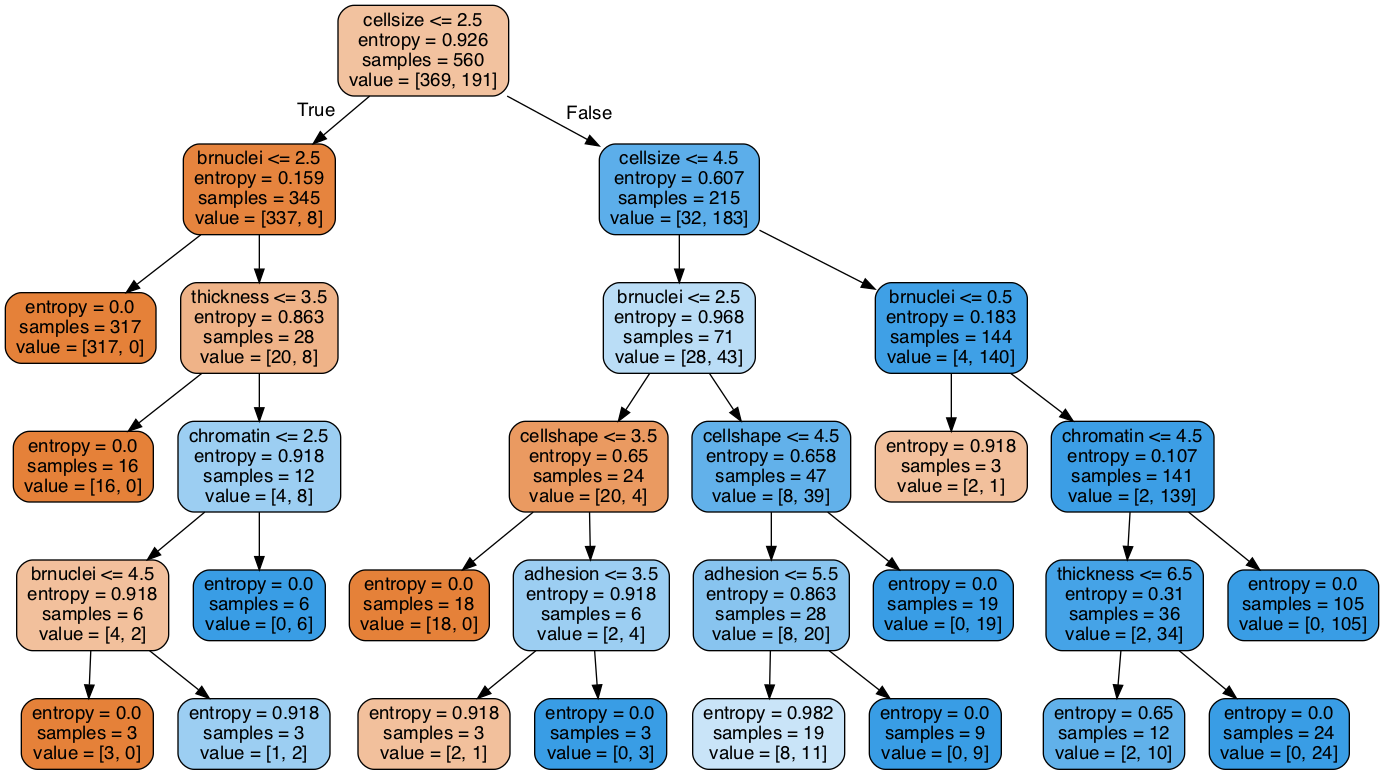
Earlier version of the Graphviz export DS_ml_techniques_3/bc_ent.png (ryanarbow/uw_data_science). Its source is kept beside it as DS_ml_techniques_3/bc_ent.dot.
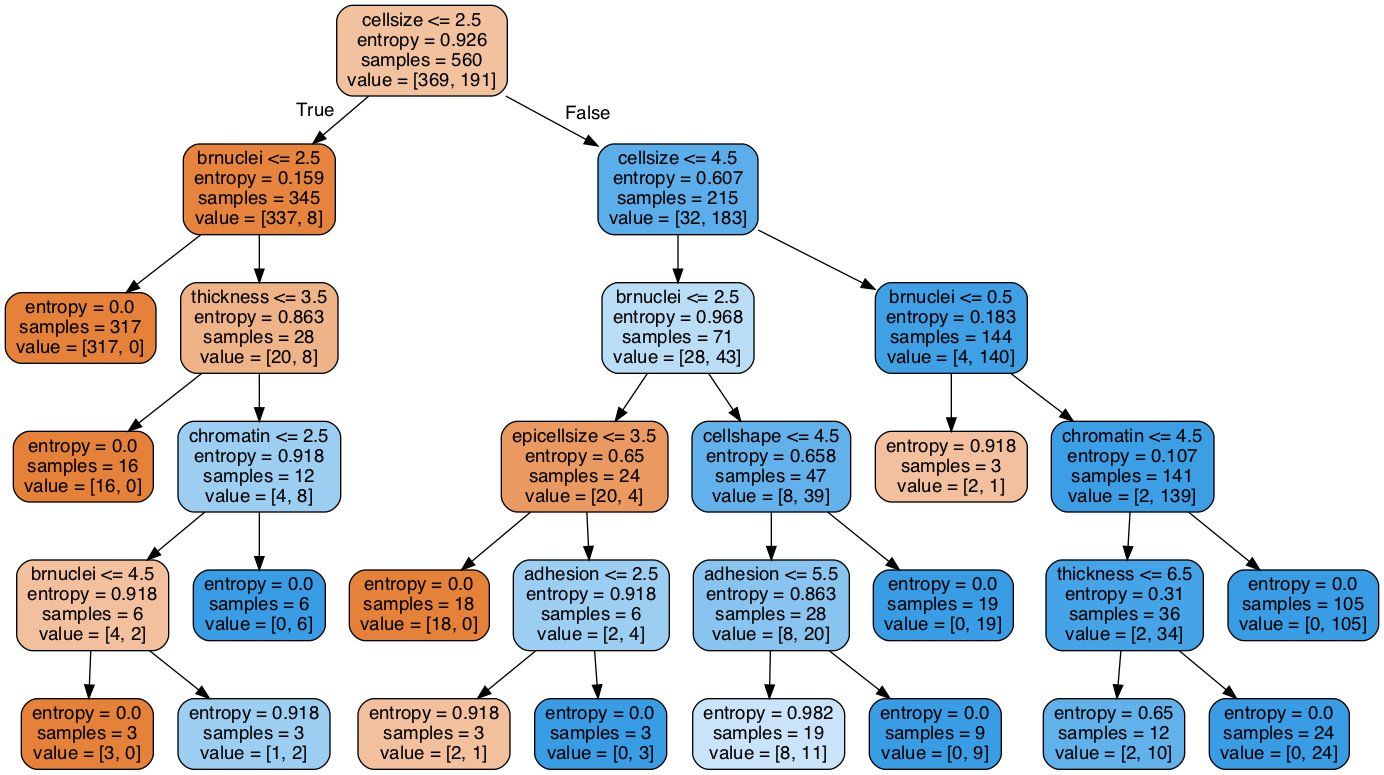
The same diagram one commit later.

The edit, as a diff of the source:
```diff
@@ -24,11 +24,11 @@
 0 -> 2 [labeldistance=2.5, labelangle=-45, headlabel="False"] ;
 3 [label="brnuclei <= 2.5\nentropy = 0.968\nsamples = 71\nvalue = [28, 43]", fillcolor="#baddf6"] ;
 2 -> 3 ;
-7 [label="cellshape <= 3.5\nentropy = 0.65\nsamples = 24\nvalue = [20, 4]", fillcolor="#ea9a61"] ;
+7 [label="epicellsize <= 3.5\nentropy = 0.65\nsamples = 24\nvalue = [20, 4]", fillcolor="#ea9a61"] ;
 3 -> 7 ;
 11 [label="entropy = 0.0\nsamples = 18\nvalue = [18, 0]", fillcolor="#e58139"] ;
 7 -> 11 ;
-12 [label="adhesion <= 3.5\nentropy = 0.918\nsamples = 6\nvalue = [2, 4]", fillcolor="#9ccef2"] ;
+12 [label="adhesion <= 2.5\nentropy = 0.918\nsamples = 6\nvalue = [2, 4]", fillcolor="#9ccef2"] ;
 7 -> 12 ;
 25 [label="entropy = 0.918\nsamples = 3\nvalue = [2, 1]", fillcolor="#f2c09c"] ;
 12 -> 25 ;
```
